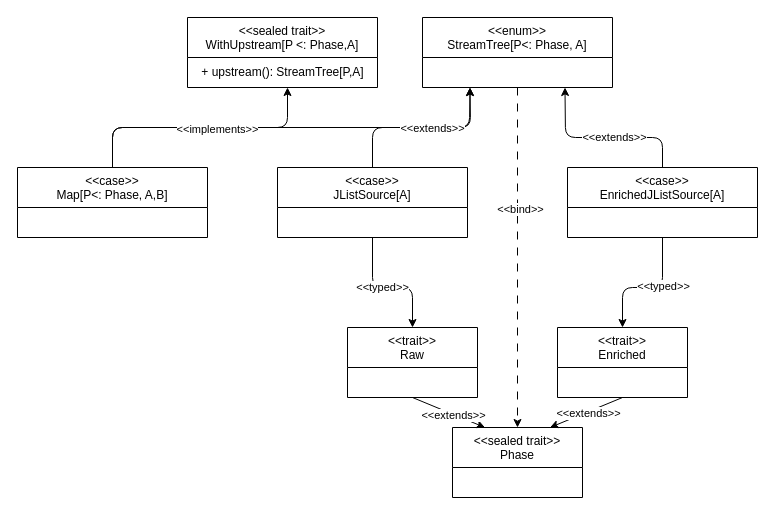
Earlier version of the draw.io diagram relazione/drawio/streamIr.drawio (leorm2002/stream-fusion). Source tidied: cells renumbered, new cells numbered last; positions are measured from the earlier drawing's top-left corner, leaving out a move shared by most shapes. Both pictures are drawn from the tidied source at 100%, with x=0, y=0 at pixel (17, 17).
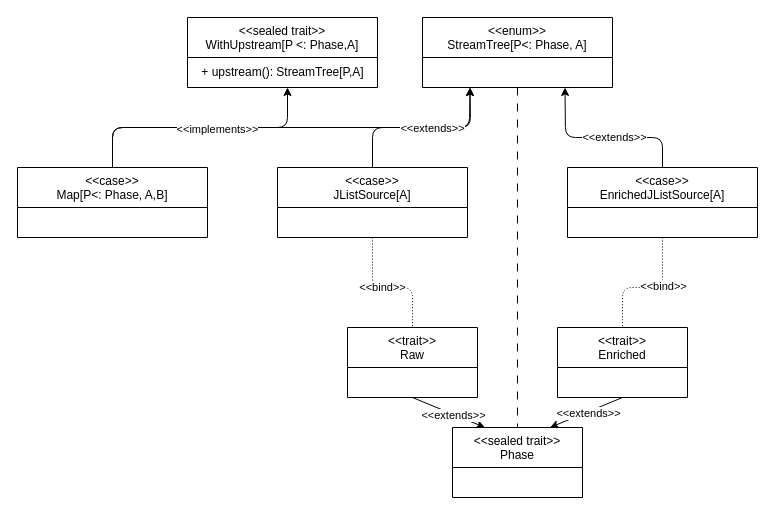
Above is the later version.

Unchanged cells that the change refers to:
```xml
<mxCell id="6" value="&amp;lt;&amp;lt;enum&amp;gt;&amp;gt;&lt;br&gt;StreamTree[P&amp;lt;: Phase, A]" style="swimlane;fontStyle=0;align=center;verticalAlign=top;horizontal=1;startSize=40;html=1;whiteSpace=wrap;" parent="1" vertex="1">
  <mxGeometry x="405" width="190" height="70" as="geometry" />
</mxCell>
<mxCell id="11" value="&amp;lt;&amp;lt;case&amp;gt;&amp;gt;&lt;br&gt;EnrichedJListSource[A]" style="swimlane;fontStyle=0;align=center;verticalAlign=top;horizontal=1;startSize=40;html=1;whiteSpace=wrap;" parent="1" vertex="1">
  <mxGeometry x="550" y="150" width="190" height="70" as="geometry" />
</mxCell>
<mxCell id="12" value="&amp;lt;&amp;lt;sealed trait&amp;gt;&amp;gt;&lt;br&gt;Phase" style="swimlane;fontStyle=0;align=center;verticalAlign=top;horizontal=1;startSize=40;html=1;whiteSpace=wrap;" parent="1" vertex="1">
  <mxGeometry x="435" y="410" width="130" height="70" as="geometry" />
</mxCell>
<mxCell id="15" value="&amp;lt;&amp;lt;trait&amp;gt;&amp;gt;&lt;br&gt;Raw" style="swimlane;fontStyle=0;align=center;verticalAlign=top;horizontal=1;startSize=40;html=1;whiteSpace=wrap;" parent="1" vertex="1">
  <mxGeometry x="330" y="310" width="130" height="70" as="geometry" />
</mxCell>
<mxCell id="18" value="&amp;lt;&amp;lt;trait&amp;gt;&amp;gt;&lt;br&gt;Enriched" style="swimlane;fontStyle=0;align=center;verticalAlign=top;horizontal=1;startSize=40;html=1;whiteSpace=wrap;" parent="1" vertex="1">
  <mxGeometry x="540" y="310" width="130" height="70" as="geometry" />
</mxCell>
<mxCell id="22" value="&amp;lt;&amp;lt;case&amp;gt;&amp;gt;&lt;br&gt;JListSource[A]" style="swimlane;fontStyle=0;align=center;verticalAlign=top;horizontal=1;startSize=40;html=1;whiteSpace=wrap;" parent="1" vertex="1">
  <mxGeometry x="260" y="150" width="190" height="70" as="geometry" />
</mxCell>
```

Change to the diagram source:
```diff
@@
-    <mxCell id="4" style="edgeStyle=none;html=1;exitX=0.5;exitY=1;exitDx=0;exitDy=0;dashed=1;dashPattern=8 8;" parent="1" edge="1" source="6" target="12">
+    <mxCell id="4" style="edgeStyle=none;html=1;exitX=0.5;exitY=1;exitDx=0;exitDy=0;dashed=1;dashPattern=8 8;endArrow=none;endFill=0;" parent="1" edge="1" source="6" target="12">
       <mxGeometry relative="1" as="geometry" />
     </mxCell>
-    <mxCell id="5" value="&amp;lt;&amp;lt;bind&amp;gt;&amp;gt;" style="edgeLabel;html=1;align=center;verticalAlign=middle;" parent="4" vertex="1">
-      <mxGeometry x="-0.29" y="2" relative="1" as="geometry" />
-    </mxCell>
@@
-    <mxCell id="7" style="edgeStyle=none;html=1;entryX=0.5;entryY=0;entryDx=0;entryDy=0;" parent="1" edge="1" source="11" target="18">
+    <mxCell id="7" style="edgeStyle=none;html=1;entryX=0.5;entryY=0;entryDx=0;entryDy=0;endArrow=none;endFill=0;dashed=1;dashPattern=1 2;" parent="1" edge="1" source="11" target="18">
       <mxGeometry relative="1" as="geometry">
         <Array as="points">
           <mxPoint x="645" y="270" />
           <mxPoint x="605" y="270" />
         </Array>
       </mxGeometry>
     </mxCell>
-    <mxCell id="8" value="&amp;lt;&amp;lt;typed&amp;gt;&amp;gt;" style="edgeLabel;html=1;align=center;verticalAlign=middle;" parent="7" vertex="1">
+    <mxCell id="8" value="&amp;lt;&amp;lt;bind&amp;gt;&amp;gt;" style="edgeLabel;html=1;align=center;verticalAlign=middle;" parent="7" vertex="1">
       <mxGeometry x="-0.22" y="-2" relative="1" as="geometry">
         <mxPoint x="1" as="offset" />
       </mxGeometry>
     </mxCell>
@@
-    <mxCell id="20" style="edgeStyle=none;html=1;exitX=0.5;exitY=1;exitDx=0;exitDy=0;entryX=0.5;entryY=0;entryDx=0;entryDy=0;" parent="1" edge="1" source="22" target="15">
+    <mxCell id="20" style="edgeStyle=none;html=1;exitX=0.5;exitY=1;exitDx=0;exitDy=0;entryX=0.5;entryY=0;entryDx=0;entryDy=0;dashed=1;dashPattern=1 2;endArrow=none;endFill=0;" parent="1" edge="1" source="22" target="15">
       <mxGeometry relative="1" as="geometry">
         <Array as="points">
           <mxPoint x="355" y="270" />
           <mxPoint x="395" y="270" />
         </Array>
       </mxGeometry>
     </mxCell>
-    <mxCell id="21" value="&amp;lt;&amp;lt;typed&amp;gt;&amp;gt;" style="edgeLabel;html=1;align=center;verticalAlign=middle;" parent="20" vertex="1">
+    <mxCell id="21" value="&amp;lt;&amp;lt;bind&amp;gt;&amp;gt;" style="edgeLabel;html=1;align=center;verticalAlign=middle;" parent="20" vertex="1">
       <mxGeometry x="-0.1" y="1" relative="1" as="geometry" />
     </mxCell>
```
